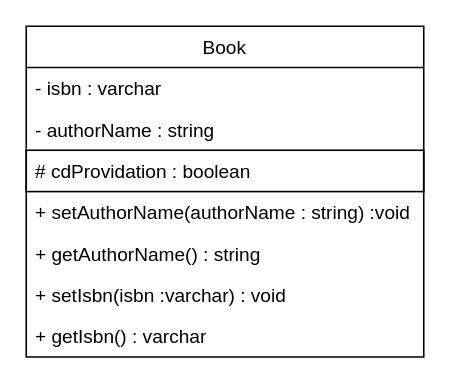
This is BookDiagram.drawio from nurezzajeslin/Week2ClassDiagram, a draw.io file, before an edit. Source tidied: cells renumbered, new cells numbered last; positions are measured from the earlier drawing's top-left corner, leaving out a move shared by most shapes. Both pictures are drawn from the tidied source at 159%, with x=0, y=0 at pixel (25, 25).
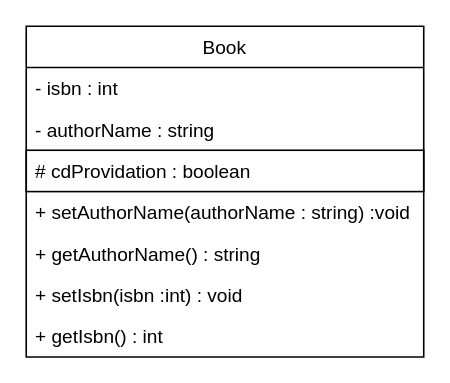
Above is the later version.

Change to the diagram source:
```diff
@@
 <mxGraphModel>
   <root>
     <mxCell id="0" />
     <mxCell id="1" parent="0" />
     <mxCell id="2" value="Book" style="swimlane;fontStyle=0;horizontal=1;startSize=26;fillColor=none;" parent="1" vertex="1">
       <mxGeometry width="250" height="208" as="geometry" />
     </mxCell>
-    <mxCell id="3" value="- isbn : varchar" style="text;strokeColor=none;fillColor=none;align=left;verticalAlign=top;spacingLeft=4;spacingRight=4;overflow=hidden;" parent="2" vertex="1">
+    <mxCell id="3" value="- isbn : int" style="text;strokeColor=none;fillColor=none;align=left;verticalAlign=top;spacingLeft=4;spacingRight=4;overflow=hidden;" parent="2" vertex="1">
       <mxGeometry y="26" width="250" height="26" as="geometry" />
     </mxCell>
     <mxCell id="4" value="- authorName : string " style="text;strokeColor=none;fillColor=none;align=left;verticalAlign=top;spacingLeft=4;spacingRight=4;overflow=hidden;" parent="2" vertex="1">
       <mxGeometry y="52" width="250" height="26" as="geometry" />
     </mxCell>
     <mxCell id="5" value="# cdProvidation : boolean" style="text;fillColor=none;align=left;verticalAlign=top;spacingLeft=4;spacingRight=4;overflow=hidden;strokeColor=#000000;" parent="2" vertex="1">
       <mxGeometry y="78" width="250" height="26" as="geometry" />
     </mxCell>
     <mxCell id="6" value="+ setAuthorName(authorName : string) :void" style="text;fillColor=none;align=left;verticalAlign=top;spacingLeft=4;spacingRight=4;overflow=hidden;" parent="2" vertex="1">
       <mxGeometry y="104" width="250" height="26" as="geometry" />
     </mxCell>
     <mxCell id="7" value="+ getAuthorName() : string" style="text;strokeColor=none;fillColor=none;align=left;verticalAlign=top;spacingLeft=4;spacingRight=4;overflow=hidden;" parent="2" vertex="1">
       <mxGeometry y="130" width="250" height="26" as="geometry" />
     </mxCell>
-    <mxCell id="8" value="+ setIsbn(isbn :varchar) : void" style="text;strokeColor=none;fillColor=none;align=left;verticalAlign=top;spacingLeft=4;spacingRight=4;overflow=hidden;" parent="2" vertex="1">
+    <mxCell id="8" value="+ setIsbn(isbn :int) : void" style="text;strokeColor=none;fillColor=none;align=left;verticalAlign=top;spacingLeft=4;spacingRight=4;overflow=hidden;" parent="2" vertex="1">
       <mxGeometry y="156" width="250" height="26" as="geometry" />
     </mxCell>
-    <mxCell id="9" value="+ getIsbn() : varchar" style="text;fillColor=none;align=left;verticalAlign=top;spacingLeft=4;spacingRight=4;overflow=hidden;" parent="2" vertex="1">
+    <mxCell id="9" value="+ getIsbn() : int" style="text;fillColor=none;align=left;verticalAlign=top;spacingLeft=4;spacingRight=4;overflow=hidden;" parent="2" vertex="1">
       <mxGeometry y="182" width="250" height="26" as="geometry" />
     </mxCell>
   </root>
 </mxGraphModel>
```
